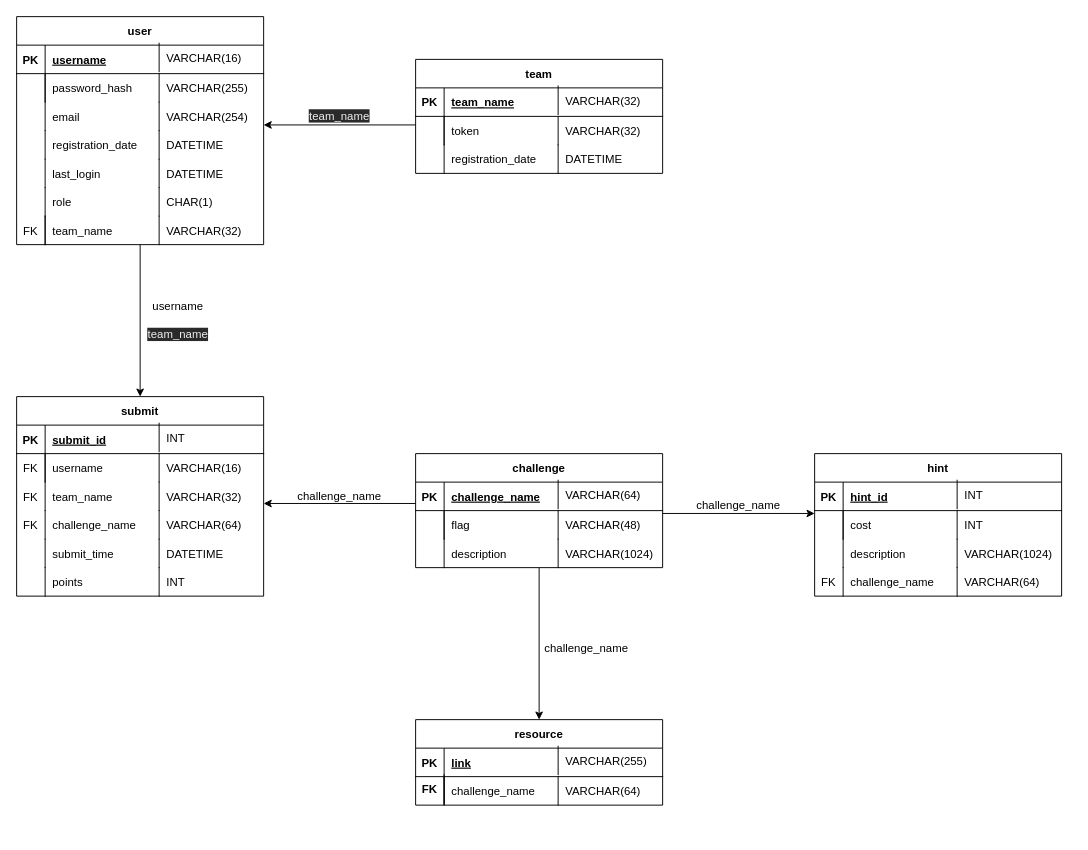
Above: db/schema_diagram.drawio in FeeeDz/H4ckUs4t1_CTF (draw.io), before the change. Source tidied: cells renumbered, new cells numbered last; positions are measured from the earlier drawing's top-left corner, leaving out a move shared by most shapes. Both pictures are drawn from the tidied source at 95%, with x=0, y=0 at pixel (16, 16).
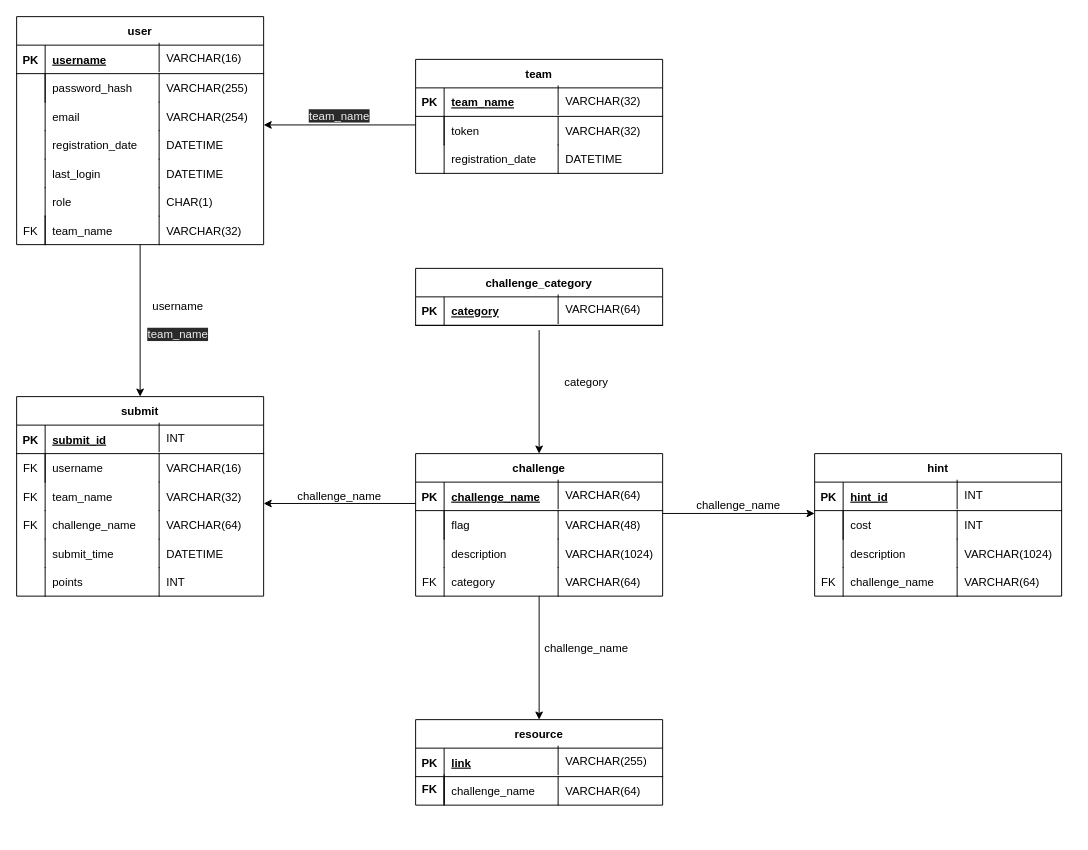
After the change.

Commit message (it also covers changes not shown here):
aggiunta categorie per le challenge e creazione pannello admin

What changed in the source:
```diff
@@
     <mxCell id="89" value="challenge" style="shape=table;startSize=30;childLayout=tableLayout;rowLines=0;fontStyle=1;align=center;" parent="1" vertex="1">
-      <mxGeometry x="420" y="460" width="260" height="120" as="geometry" />
+      <mxGeometry x="420" y="460" width="260" height="150" as="geometry" />
     </mxCell>
@@
     <mxCell id="117" style="endArrow=classic;html=1;rounded=0;entryX=0.5;entryY=0;entryDx=0;entryDy=0;" parent="1" edge="1">
       <mxGeometry relative="1" as="geometry">
-        <mxPoint x="550" y="580" as="sourcePoint" />
+        <mxPoint x="550" y="610" as="sourcePoint" />
         <mxPoint x="550" y="740" as="targetPoint" />
       </mxGeometry>
     </mxCell>
@@
+    <mxCell id="141" style="shape=partialRectangle;fillColor=none;top=0;left=0;right=0;bottom=0;" parent="1" vertex="1">
+      <mxGeometry x="420" y="580" width="130" height="30" as="geometry" />
+    </mxCell>
+    <mxCell id="142" style="group;" parent="1" vertex="1">
+      <mxGeometry x="420" y="580" width="250" height="30" as="geometry" />
+    </mxCell>
+    <mxCell id="143" value="FK" style="shape=partialRectangle;overflow=hidden;fillColor=none;top=0;left=0;bottom=0;right=1;" parent="142" vertex="1">
+      <mxGeometry width="30" height="30" as="geometry" />
+    </mxCell>
+    <mxCell id="144" value="category" style="shape=partialRectangle;overflow=hidden;fillColor=none;top=0;left=0;bottom=0;right=0;align=left;spacingLeft=6;" parent="142" vertex="1">
+      <mxGeometry x="30" width="100" height="30" as="geometry" />
+    </mxCell>
+    <mxCell id="145" value="VARCHAR(64)" style="shape=partialRectangle;overflow=hidden;fillColor=none;top=0;left=1;bottom=0;right=0;align=left;spacingLeft=6;" parent="142" vertex="1">
+      <mxGeometry x="150" width="100" height="30" as="geometry" />
+    </mxCell>
+    <mxCell id="146" style="shape=partialRectangle;fillColor=none;top=0;left=0;right=0;bottom=0;" parent="1" vertex="1">
+      <mxGeometry x="440" y="340" width="170" height="30" as="geometry" />
+    </mxCell>
+    <mxCell id="147" value="challenge_category" style="shape=table;startSize=30;childLayout=tableLayout;rowLines=0;fontStyle=1;align=center;" parent="1" vertex="1">
+      <mxGeometry x="420" y="265" width="260" height="60" as="geometry" />
+    </mxCell>
+    <mxCell id="148" style="shape=partialRectangle;fillColor=none;top=0;left=0;right=0;bottom=1;" parent="147" vertex="1">
+      <mxGeometry y="30" width="260" height="30" as="geometry" />
+    </mxCell>
+    <mxCell id="149" value="PK" style="shape=partialRectangle;overflow=hidden;fillColor=none;top=0;left=0;bottom=0;right=0;fontStyle=1;" parent="148" vertex="1">
+      <mxGeometry width="30" height="30" as="geometry" />
+    </mxCell>
+    <mxCell id="150" value="category" style="shape=partialRectangle;overflow=hidden;fillColor=none;top=0;left=0;bottom=0;right=0;align=left;spacingLeft=6;fontStyle=5;" parent="148" vertex="1">
+      <mxGeometry x="30" width="230" height="30" as="geometry" />
+    </mxCell>
+    <mxCell id="151" value="VARCHAR(64)" style="shape=partialRectangle;overflow=hidden;fillColor=none;top=0;left=1;bottom=0;right=0;align=left;spacingLeft=6;" parent="1" vertex="1">
+      <mxGeometry x="570" y="293" width="110" height="30" as="geometry" />
+    </mxCell>
+    <mxCell id="152" style="endArrow=classic;html=1;rounded=0;entryX=0.5;entryY=0;entryDx=0;entryDy=0;" parent="1" edge="1">
+      <mxGeometry relative="1" as="geometry">
+        <mxPoint x="550" y="330" as="sourcePoint" />
+        <mxPoint x="550" y="460" as="targetPoint" />
+      </mxGeometry>
+    </mxCell>
+    <mxCell id="153" value="category" style="text;html=1;strokeColor=none;fillColor=none;align=center;verticalAlign=middle;whiteSpace=wrap;rounded=0;" parent="1" vertex="1">
+      <mxGeometry x="570" y="370" width="60" height="30" as="geometry" />
+    </mxCell>
```
